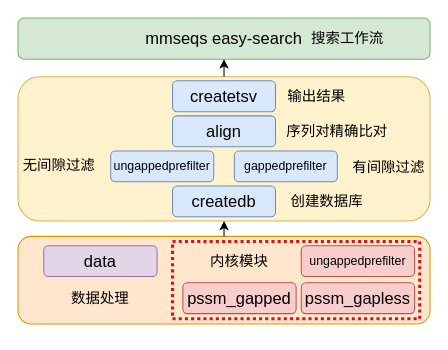
The draw.io diagram 未命名绘图2.drawio in luluZoe/MMseqs2, before the edit. Source tidied: cells renumbered, new cells numbered last; positions are measured from the earlier drawing's top-left corner, leaving out a move shared by most shapes. Both pictures are drawn from the tidied source at 103%, with x=0, y=0 at pixel (18, 18).
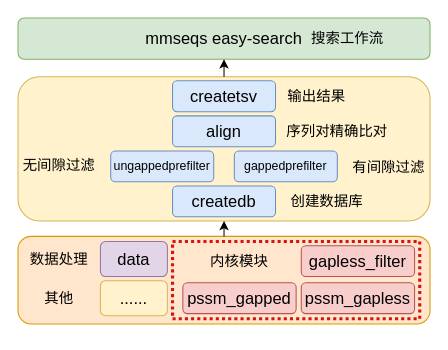
The same page after the edit.

Commit message:
更新未命名绘图2.drawio

The edit, as a diff of the source:
```diff
@@
     <mxCell id="10" value="&lt;span style=&quot;font-size: 16px;&quot;&gt;data&lt;/span&gt;" style="rounded=1;whiteSpace=wrap;html=1;fillColor=#e1d5e7;strokeColor=#9673a6;" parent="1" vertex="1">
-      <mxGeometry x="25" y="221" width="110" height="30" as="geometry" />
+      <mxGeometry x="80" y="217" width="65" height="34" as="geometry" />
     </mxCell>
@@
-    <mxCell id="13" value="ungappedprefilter" style="rounded=1;whiteSpace=wrap;html=1;fillColor=#f8cecc;strokeColor=#b85450;" parent="1" vertex="1">
+    <mxCell id="13" value="&lt;font style=&quot;font-size: 16px;&quot;&gt;gapless_filter&lt;/font&gt;" style="rounded=1;whiteSpace=wrap;html=1;fillColor=#f8cecc;strokeColor=#b85450;" parent="1" vertex="1">
       <mxGeometry x="275" y="221" width="110" height="30" as="geometry" />
     </mxCell>
@@
     <mxCell id="22" value="&lt;span style=&quot;font-size: 14px;&quot;&gt;数据处理&lt;/span&gt;" style="text;strokeColor=none;align=center;fillColor=none;html=1;verticalAlign=middle;whiteSpace=wrap;rounded=0;" parent="1" vertex="1">
-      <mxGeometry x="40" y="257" width="80" height="30" as="geometry" />
+      <mxGeometry y="221" width="80" height="26" as="geometry" />
     </mxCell>
+    <mxCell id="25" style="rounded=0;whiteSpace=wrap;html=1;fillStyle=dots;dashed=1;dashPattern=1 1;strokeWidth=3;fillColor=none;strokeColor=#d51515;" parent="1" vertex="1">
+      <mxGeometry x="150" y="217" width="240" height="75" as="geometry" />
+    </mxCell>
@@
-    <mxCell id="25" style="rounded=0;whiteSpace=wrap;html=1;fillStyle=dots;dashed=1;dashPattern=1 1;strokeWidth=3;fillColor=none;strokeColor=#d51515;" parent="1" vertex="1">
-      <mxGeometry x="150" y="217" width="240" height="75" as="geometry" />
-    </mxCell>
+    <mxCell id="26" value="&lt;span style=&quot;font-size: 16px;&quot;&gt;......&lt;/span&gt;" style="rounded=1;whiteSpace=wrap;html=1;fillColor=#fff2cc;strokeColor=#d6b656;" parent="1" vertex="1">
+      <mxGeometry x="80" y="255" width="65" height="34" as="geometry" />
+    </mxCell>
+    <mxCell id="27" value="&lt;span style=&quot;font-size: 14px;&quot;&gt;其他&lt;/span&gt;" style="text;strokeColor=none;align=center;fillColor=none;html=1;verticalAlign=middle;whiteSpace=wrap;rounded=0;" parent="1" vertex="1">
+      <mxGeometry y="259" width="80" height="26" as="geometry" />
+    </mxCell>
```
